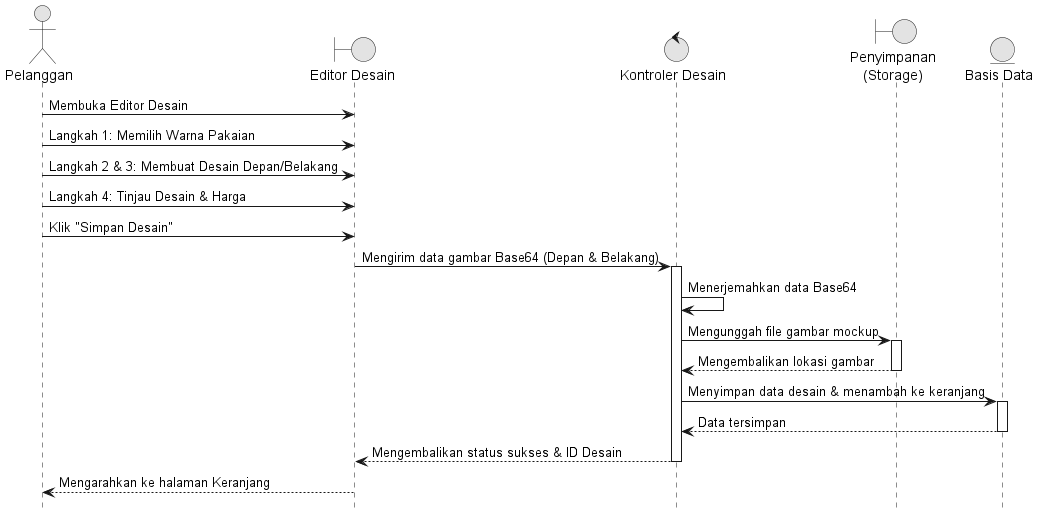
The PlantUML diagram docs/diagrams/02_Membuat_Desain.png in Reyonl/project_TA, before a commit.
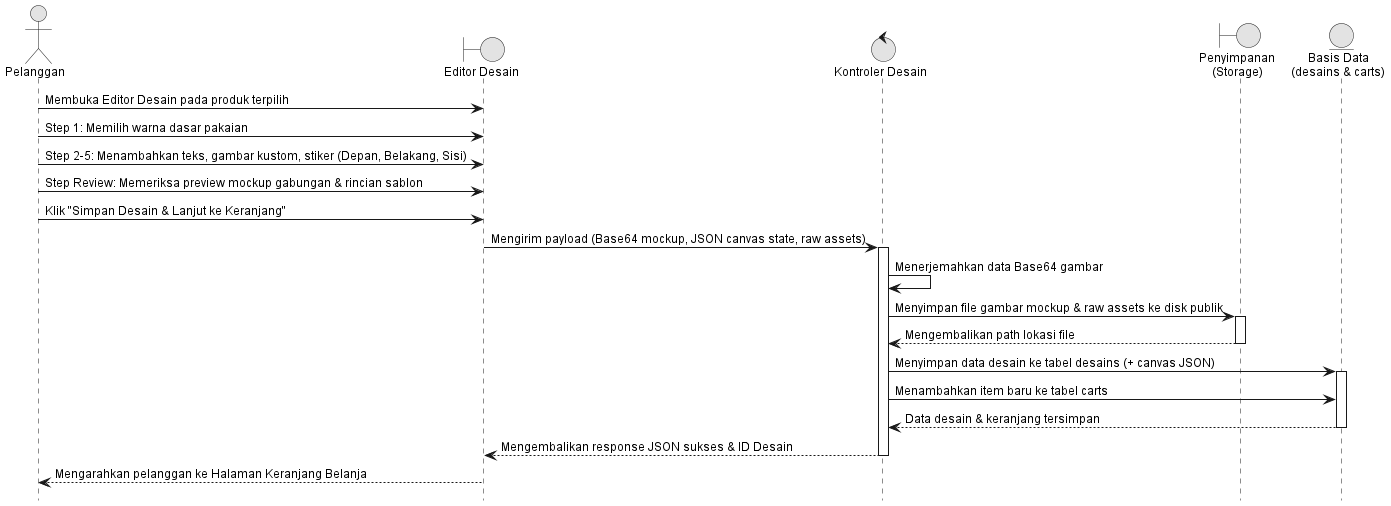
After the change.

Diff of the diagram source:
```diff
@@ -1,31 +1,38 @@
 @startuml 02_Membuat_Desain
 hide footbox
+skinparam backgroundColor white
 skinparam monochrome true
 skinparam shadowing false
+skinparam DefaultFontName Arial
+skinparam DefaultFontSize 12
 
 actor "Pelanggan" as Customer
 boundary "Editor Desain" as View
 control "Kontroler Desain" as Controller
 boundary "Penyimpanan\n(Storage)" as Storage
-entity "Basis Data" as DB
+entity "Basis Data\n(desains & carts)" as DB
 
-Customer -> View : Membuka Editor Desain
-Customer -> View : Langkah 1: Memilih Warna Pakaian
-Customer -> View : Langkah 2 & 3: Membuat Desain Depan/Belakang
-Customer -> View : Langkah 4: Tinjau Desain & Harga
-Customer -> View : Klik "Simpan Desain"
-View -> Controller : Mengirim data gambar Base64 (Depan & Belakang)
+Customer -> View : Membuka Editor Desain pada produk terpilih
+Customer -> View : Step 1: Memilih warna dasar pakaian
+Customer -> View : Step 2-5: Menambahkan teks, gambar kustom, stiker (Depan, Belakang, Sisi)
+Customer -> View : Step Review: Memeriksa preview mockup gabungan & rincian sablon
+Customer -> View : Klik "Simpan Desain & Lanjut ke Keranjang"
+View -> Controller : Mengirim payload (Base64 mockup, JSON canvas state, raw assets)
 activate Controller
-Controller -> Controller : Menerjemahkan data Base64
-Controller -> Storage : Mengunggah file gambar mockup
+
+Controller -> Controller : Menerjemahkan data Base64 gambar
+Controller -> Storage : Menyimpan file gambar mockup & raw assets ke disk publik
 activate Storage
-Storage --> Controller : Mengembalikan lokasi gambar
+Storage --> Controller : Mengembalikan path lokasi file
 deactivate Storage
-Controller -> DB : Menyimpan data desain & menambah ke keranjang
+
+Controller -> DB : Menyimpan data desain ke tabel desains (+ canvas JSON)
 activate DB
-DB --> Controller : Data tersimpan
+Controller -> DB : Menambahkan item baru ke tabel carts
+DB --> Controller : Data desain & keranjang tersimpan
 deactivate DB
-Controller --> View : Mengembalikan status sukses & ID Desain
+
+Controller --> View : Mengembalikan response JSON sukses & ID Desain
 deactivate Controller
-View --> Customer : Mengarahkan ke halaman Keranjang
+View --> Customer : Mengarahkan pelanggan ke Halaman Keranjang Belanja
 @enduml
```
